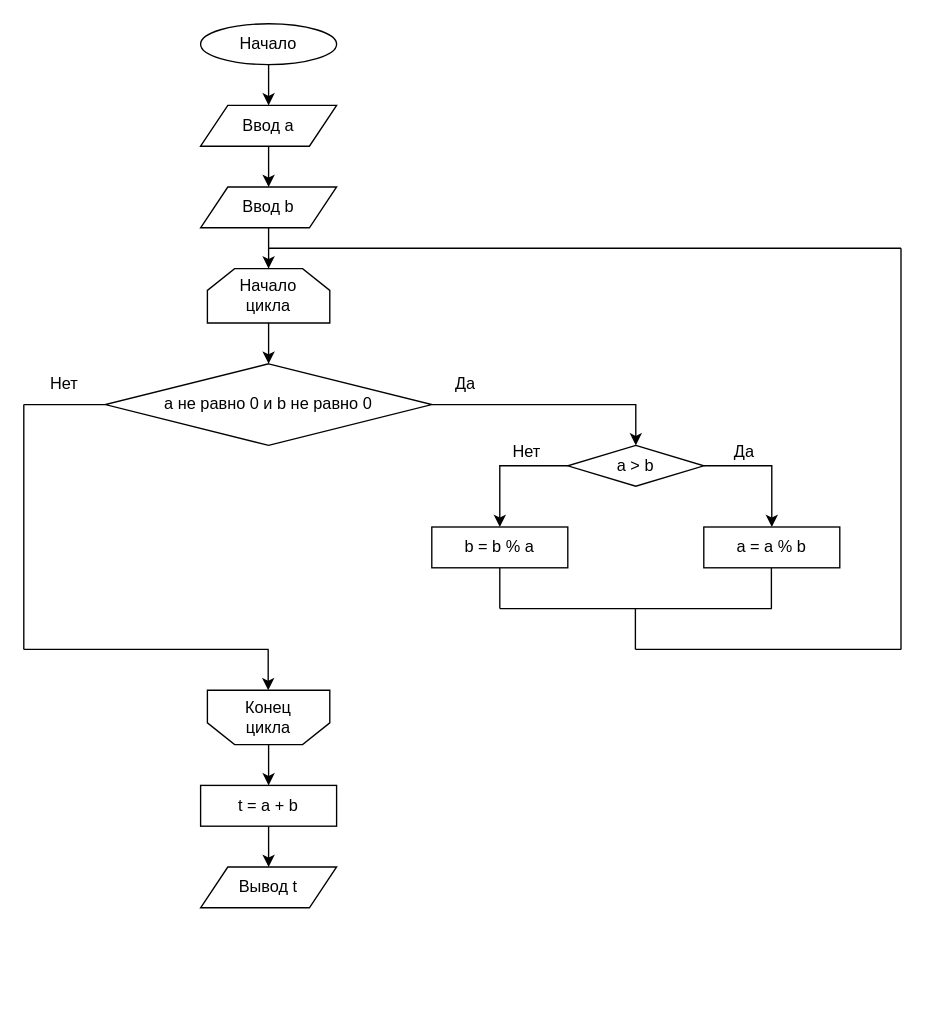
Before: page "2.3.1" (4 of 9) of Блок-схемы.drawio in hantagu/practice, a draw.io diagram. Source tidied: cells renumbered, new cells numbered last; positions are measured from the earlier drawing's top-left corner, leaving out a move shared by most shapes. Both pictures are drawn from the tidied source at 136%, with x=0, y=0 at pixel (23, 23).
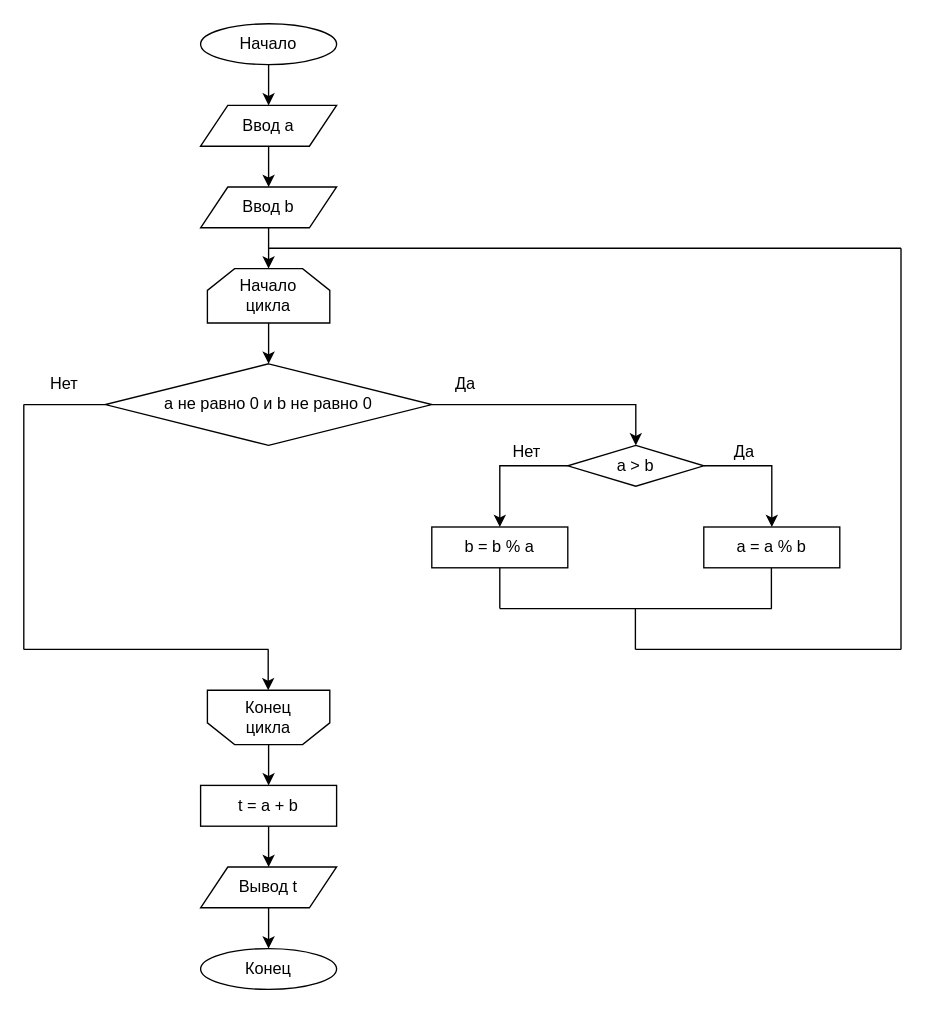
After the change.

Unchanged cells that the change refers to:
```xml
<mxCell id="37" value="Вывод t" style="shape=parallelogram;perimeter=parallelogramPerimeter;whiteSpace=wrap;html=1;fixedSize=1;" parent="1" vertex="1">
  <mxGeometry x="130" y="620" width="100" height="30" as="geometry" />
</mxCell>
```

Diff of the diagram source:
```diff
@@
+    <mxCell id="39" style="edgeStyle=orthogonalEdgeStyle;rounded=0;jettySize=auto;html=1;exitX=0.5;exitY=1;exitDx=0;exitDy=0;entryX=0.5;entryY=0;entryDx=0;entryDy=0;" parent="1" edge="1" source="37" target="40">
+      <mxGeometry relative="1" as="geometry" />
+    </mxCell>
@@
+    <mxCell id="40" value="Конец" style="ellipse;whiteSpace=wrap;html=1;" parent="1" vertex="1">
+      <mxGeometry x="130" y="680" width="100" height="30" as="geometry" />
+    </mxCell>
```
